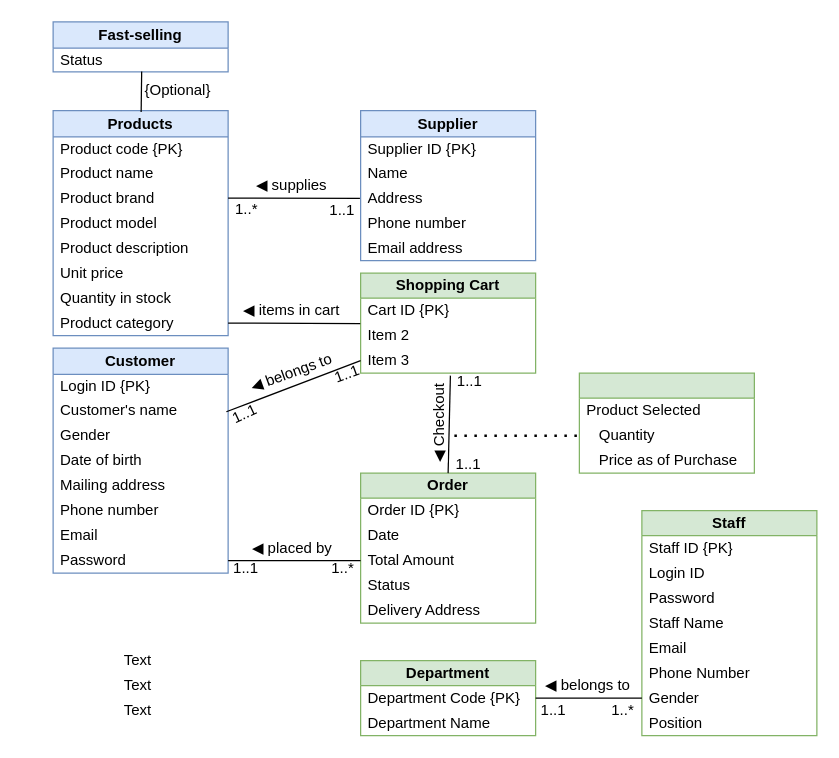
Earlier version of the draw.io diagram Assignment_1.drawio (shadowngks/DBMS). Source tidied: cells renumbered, new cells numbered last; positions are measured from the earlier drawing's top-left corner, leaving out a move shared by most shapes. Both pictures are drawn from the tidied source at 125%, with x=0, y=0 at pixel (52, 21).
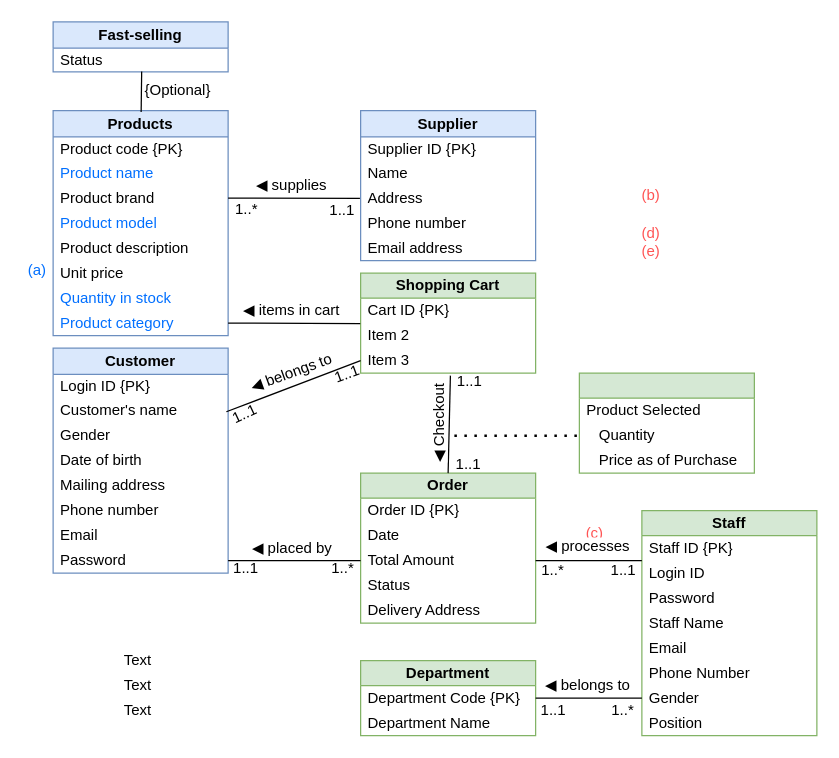
Above is the later version.

Commit message:
Look what you made me do...

The change refers to these unchanged cells:
```xml
<mxCell id="2" value="Products" style="swimlane;fontStyle=1;horizontal=1;startSize=21;whiteSpace=wrap;html=1;fillColor=#dae8fc;strokeColor=#6c8ebf;" parent="1" vertex="1">
  <mxGeometry y="71" width="140" height="180" as="geometry" />
</mxCell>
<mxCell id="47" value="Total Amount" style="text;strokeColor=none;fillColor=none;align=left;verticalAlign=middle;spacingLeft=4;spacingRight=4;overflow=hidden;points=[[0,0.5],[1,0.5]];portConstraint=eastwest;whiteSpace=wrap;html=1;" parent="44" vertex="1">
  <mxGeometry y="60" width="140" height="20" as="geometry" />
</mxCell>
```

Change to the diagram source:
```diff
@@
-    <mxCell id="4" value="Product name" style="text;strokeColor=none;fillColor=none;align=left;verticalAlign=middle;spacingLeft=4;spacingRight=4;overflow=hidden;whiteSpace=wrap;html=1;" parent="2" vertex="1">
+    <mxCell id="4" value="Product name" style="text;strokeColor=none;fillColor=none;align=left;verticalAlign=middle;spacingLeft=4;spacingRight=4;overflow=hidden;whiteSpace=wrap;html=1;fontColor=#006FFF;" parent="2" vertex="1">
       <mxGeometry y="40" width="140" height="20" as="geometry" />
     </mxCell>
@@
-    <mxCell id="6" value="Product model" style="text;html=1;align=left;verticalAlign=middle;whiteSpace=wrap;rounded=0;spacingLeft=4;" parent="2" vertex="1">
+    <mxCell id="6" value="Product model" style="text;html=1;align=left;verticalAlign=middle;whiteSpace=wrap;rounded=0;spacingLeft=4;fontColor=#006FFF;" parent="2" vertex="1">
       <mxGeometry y="80" width="140" height="20" as="geometry" />
     </mxCell>
@@
-    <mxCell id="9" value="Quantity in stock" style="text;html=1;align=left;verticalAlign=middle;whiteSpace=wrap;rounded=0;spacingLeft=4;" parent="2" vertex="1">
+    <mxCell id="9" value="Quantity in stock" style="text;html=1;align=left;verticalAlign=middle;whiteSpace=wrap;rounded=0;spacingLeft=4;fontColor=#006FFF;" parent="2" vertex="1">
       <mxGeometry y="140" width="140" height="20" as="geometry" />
     </mxCell>
-    <mxCell id="10" value="Product category" style="text;html=1;align=left;verticalAlign=middle;whiteSpace=wrap;rounded=0;spacingLeft=4;" parent="2" vertex="1">
+    <mxCell id="10" value="Product category" style="text;html=1;align=left;verticalAlign=middle;whiteSpace=wrap;rounded=0;spacingLeft=4;fontColor=#006FFF;" parent="2" vertex="1">
       <mxGeometry y="160" width="140" height="20" as="geometry" />
     </mxCell>
@@
+    <mxCell id="82" value="&lt;span style=&quot;font-family: sans-serif; font-size: 12.0191px; text-align: start; white-space: pre; background-color: rgb(255, 255, 255);&quot;&gt;(a)&lt;/span&gt;" style="text;html=1;align=center;verticalAlign=middle;whiteSpace=wrap;rounded=0;fontColor=#006FFF;" parent="1" vertex="1">
+      <mxGeometry x="-25" y="191" width="25" height="15" as="geometry" />
+    </mxCell>
+    <mxCell id="83" value="&lt;span style=&quot;font-family: sans-serif; font-size: 12.0191px; text-align: start; white-space: pre; background-color: rgb(255, 255, 255);&quot;&gt;(b)&lt;/span&gt;" style="text;html=1;align=center;verticalAlign=middle;whiteSpace=wrap;rounded=0;fontColor=#FF5454;" parent="1" vertex="1">
+      <mxGeometry x="466" y="131" width="25" height="15" as="geometry" />
+    </mxCell>
+    <mxCell id="84" value="&lt;span style=&quot;font-family: sans-serif; font-size: 12.0191px; text-align: start; white-space: pre; background-color: rgb(255, 255, 255);&quot;&gt;(c)&lt;/span&gt;" style="text;html=1;align=center;verticalAlign=middle;whiteSpace=wrap;rounded=0;fontColor=#FF5454;" parent="1" vertex="1">
+      <mxGeometry x="421" y="401" width="25" height="15" as="geometry" />
+    </mxCell>
+    <mxCell id="85" value="&lt;span style=&quot;font-family: sans-serif; font-size: 12.0191px; text-align: start; white-space: pre; background-color: rgb(255, 255, 255);&quot;&gt;(d)&lt;/span&gt;" style="text;html=1;align=center;verticalAlign=middle;whiteSpace=wrap;rounded=0;fontColor=#FF5454;" parent="1" vertex="1">
+      <mxGeometry x="466" y="161" width="25" height="15" as="geometry" />
+    </mxCell>
+    <mxCell id="86" value="&lt;span style=&quot;font-family: sans-serif; font-size: 12.0191px; text-align: start; white-space: pre; background-color: rgb(255, 255, 255);&quot;&gt;(e)&lt;/span&gt;" style="text;html=1;align=center;verticalAlign=middle;whiteSpace=wrap;rounded=0;fontColor=#FF5454;" parent="1" vertex="1">
+      <mxGeometry x="466" y="176" width="25" height="15" as="geometry" />
+    </mxCell>
+    <mxCell id="87" style="endArrow=none;html=1;rounded=0;exitX=1;exitY=0.5;exitDx=0;exitDy=0;" parent="1" edge="1" source="47">
+      <mxGeometry relative="1" as="geometry">
+        <mxPoint x="471" y="431" as="targetPoint" />
+      </mxGeometry>
+    </mxCell>
+    <mxCell id="88" value="&lt;span style=&quot;font-family: sans-serif; font-size: 12.0191px; text-align: start; white-space: pre; background-color: rgb(255, 255, 255);&quot;&gt;◀ processes&lt;/span&gt;" style="text;html=1;align=center;verticalAlign=middle;whiteSpace=wrap;rounded=0;" parent="1" vertex="1">
+      <mxGeometry x="388" y="411" width="80" height="18" as="geometry" />
+    </mxCell>
+    <mxCell id="89" value="1..*" style="text;html=1;align=center;verticalAlign=middle;whiteSpace=wrap;rounded=0;" parent="1" vertex="1">
+      <mxGeometry x="385" y="434.8" width="30" height="7.5" as="geometry" />
+    </mxCell>
+    <mxCell id="90" value="1..1" style="text;html=1;align=center;verticalAlign=middle;whiteSpace=wrap;rounded=0;" parent="1" vertex="1">
+      <mxGeometry x="442" y="433.5" width="29" height="10" as="geometry" />
+    </mxCell>
```
